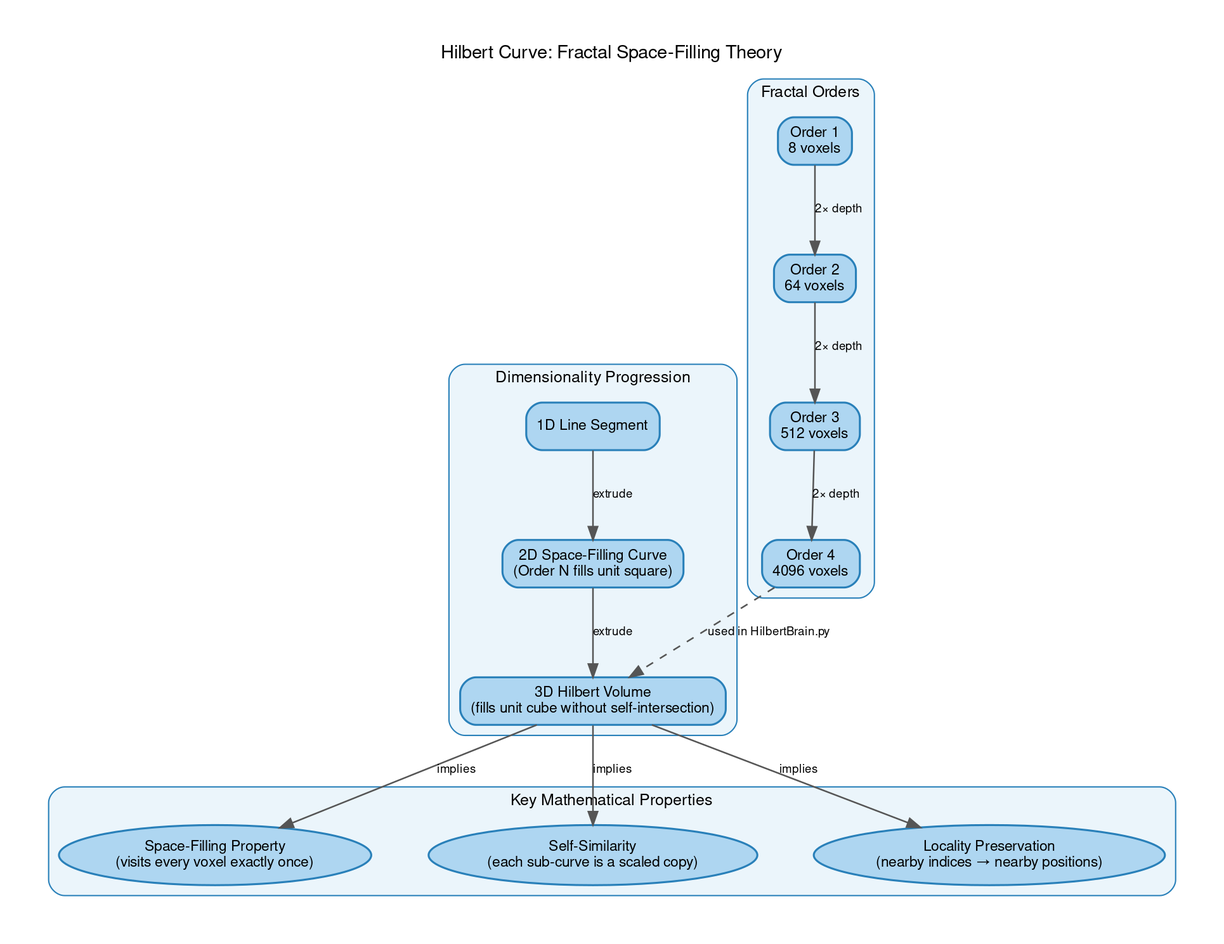
The Graphviz diagram docs/diagrams_25/01_hilbert_theory.png in danindiana/hilbertbrane, before a commit. Its source is kept beside it as docs/diagrams_25/01_hilbert_theory.dot.
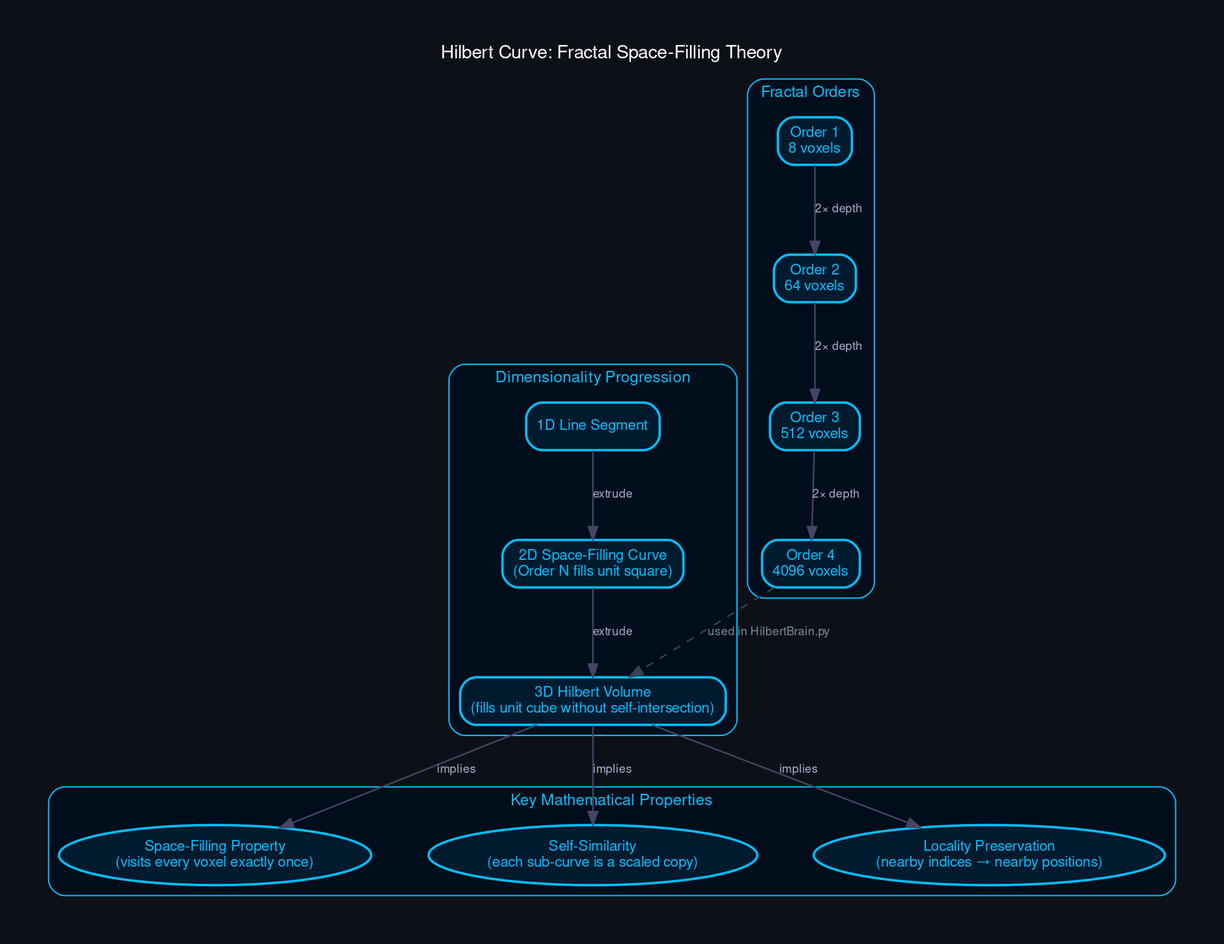
Above is the later version.

Diff of the diagram source:
```diff
@@ -1,7 +1,8 @@
 digraph G {
     graph [
         fontname="Helvetica,Arial,sans-serif"
-        bgcolor="#ffffff"
+        bgcolor="#0d1117"
+        fontcolor="white"
         splines=spline
         nodesep=0.6
         ranksep=0.8
@@ -10,46 +11,46 @@
         labeljust="c"
         fontsize=14
     ]
-    node [fontname="Helvetica,Arial,sans-serif" fontsize=11 style="filled,rounded" penwidth=1.5]
-    edge [fontname="Helvetica,Arial,sans-serif" fontsize=9 color="#555555" penwidth=1.2]
+    node [fontname="Helvetica,Arial,sans-serif" fontsize=11 style="filled,rounded" penwidth=1.8 fontcolor="white"]
+    edge [fontname="Helvetica,Arial,sans-serif" fontsize=9 color="#444466" penwidth=1.2 fontcolor="#aaaacc"]
     graph [label="Hilbert Curve: Fractal Space-Filling Theory" rankdir="TB"]
 
     subgraph cluster_dim {
         label="Dimensionality Progression"
-        style="filled,rounded" fillcolor="#EBF5FB" color="#2980B9" fontsize=12
-        fontname="Helvetica,Arial,sans-serif"
+        style="filled,rounded" fillcolor="#000d1a" color="#00bfff" fontsize=12
+        fontname="Helvetica,Arial,sans-serif" fontcolor="#00bfff"
 
-        d1 [label="1D Line Segment" shape=box fillcolor="#AED6F1" color="#2980B9"]
-        d2 [label="2D Space-Filling Curve\n(Order N fills unit square)" shape=box fillcolor="#AED6F1" color="#2980B9"]
-        d3 [label="3D Hilbert Volume\n(fills unit cube without self-intersection)" shape=box fillcolor="#AED6F1" color="#2980B9"]
+        d1 [label="1D Line Segment" shape=box fillcolor="#001a2e" color="#00bfff" fontcolor="#00bfff"]
+        d2 [label="2D Space-Filling Curve\n(Order N fills unit square)" shape=box fillcolor="#001a2e" color="#00bfff" fontcolor="#00bfff"]
+        d3 [label="3D Hilbert Volume\n(fills unit cube without self-intersection)" shape=box fillcolor="#001a2e" color="#00bfff" fontcolor="#00bfff"]
         d1 -> d2 [label="extrude"]
         d2 -> d3 [label="extrude"]
     }
 
     subgraph cluster_orders {
         label="Fractal Orders"
-        style="filled,rounded" fillcolor="#EBF5FB" color="#2980B9" fontsize=12
-        fontname="Helvetica,Arial,sans-serif"
+        style="filled,rounded" fillcolor="#000d1a" color="#00bfff" fontsize=12
+        fontname="Helvetica,Arial,sans-serif" fontcolor="#00bfff"
 
-        o1 [label="Order 1\n8 voxels" shape=box fillcolor="#AED6F1" color="#2980B9"]
-        o2 [label="Order 2\n64 voxels" shape=box fillcolor="#AED6F1" color="#2980B9"]
-        o3 [label="Order 3\n512 voxels" shape=box fillcolor="#AED6F1" color="#2980B9"]
-        o4 [label="Order 4\n4096 voxels" shape=box fillcolor="#AED6F1" color="#2980B9"]
+        o1 [label="Order 1\n8 voxels" shape=box fillcolor="#001a2e" color="#00bfff" fontcolor="#00bfff"]
+        o2 [label="Order 2\n64 voxels" shape=box fillcolor="#001a2e" color="#00bfff" fontcolor="#00bfff"]
+        o3 [label="Order 3\n512 voxels" shape=box fillcolor="#001a2e" color="#00bfff" fontcolor="#00bfff"]
+        o4 [label="Order 4\n4096 voxels" shape=box fillcolor="#001a2e" color="#00bfff" fontcolor="#00bfff"]
         o1 -> o2 -> o3 -> o4 [label="2× depth"]
     }
 
     subgraph cluster_props {
         label="Key Mathematical Properties"
-        style="filled,rounded" fillcolor="#EBF5FB" color="#2980B9" fontsize=12
-        fontname="Helvetica,Arial,sans-serif"
+        style="filled,rounded" fillcolor="#000d1a" color="#00bfff" fontsize=12
+        fontname="Helvetica,Arial,sans-serif" fontcolor="#00bfff"
 
-        p1 [label="Space-Filling Property\n(visits every voxel exactly once)" shape=ellipse fillcolor="#AED6F1" color="#2980B9"]
-        p2 [label="Self-Similarity\n(each sub-curve is a scaled copy)" shape=ellipse fillcolor="#AED6F1" color="#2980B9"]
-        p3 [label="Locality Preservation\n(nearby indices → nearby positions)" shape=ellipse fillcolor="#AED6F1" color="#2980B9"]
+        p1 [label="Space-Filling Property\n(visits every voxel exactly once)" shape=ellipse fillcolor="#001a2e" color="#00bfff" fontcolor="#00bfff"]
+        p2 [label="Self-Similarity\n(each sub-curve is a scaled copy)" shape=ellipse fillcolor="#001a2e" color="#00bfff" fontcolor="#00bfff"]
+        p3 [label="Locality Preservation\n(nearby indices → nearby positions)" shape=ellipse fillcolor="#001a2e" color="#00bfff" fontcolor="#00bfff"]
     }
 
     d3 -> p1 [label="implies"]
     d3 -> p2 [label="implies"]
     d3 -> p3 [label="implies"]
-    o4 -> d3 [label="used in HilbertBrain.py" style=dashed]
+    o4 -> d3 [label="used in HilbertBrain.py" style=dashed color="#334455" fontcolor="#778899"]
 }
```
